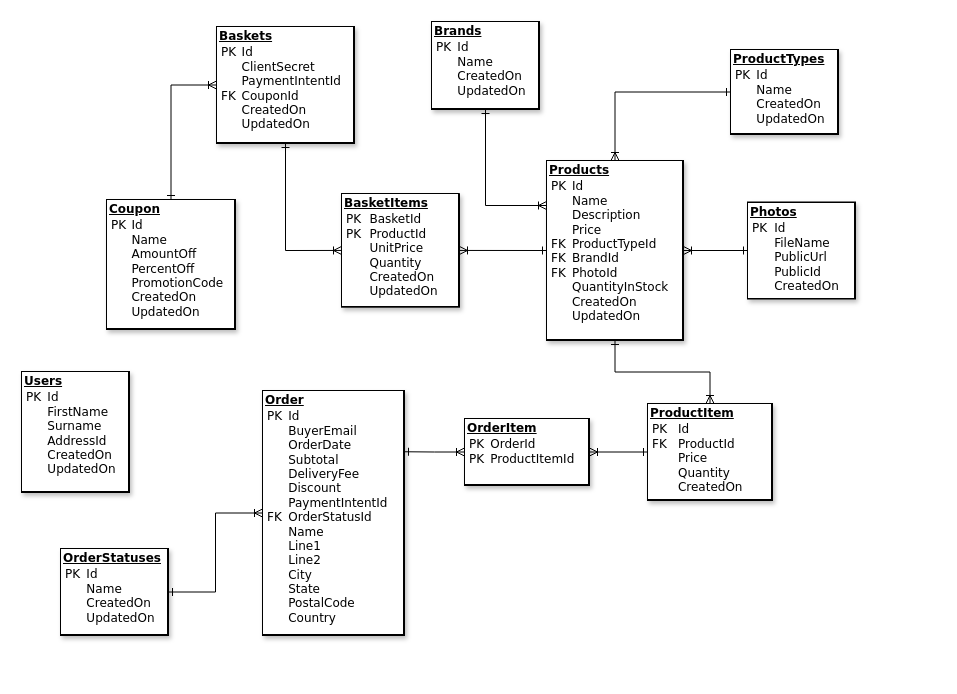
franco-diaz-licham/eCommerceApp keeps this draw.io diagram as docs/DbDiagram.drawio. Above is the earlier version. Source tidied: cells renumbered, new cells numbered last; positions are measured from the earlier drawing's top-left corner, leaving out a move shared by most shapes. Both pictures are drawn from the tidied source at 100%, with x=0, y=0 at pixel (21, 21).
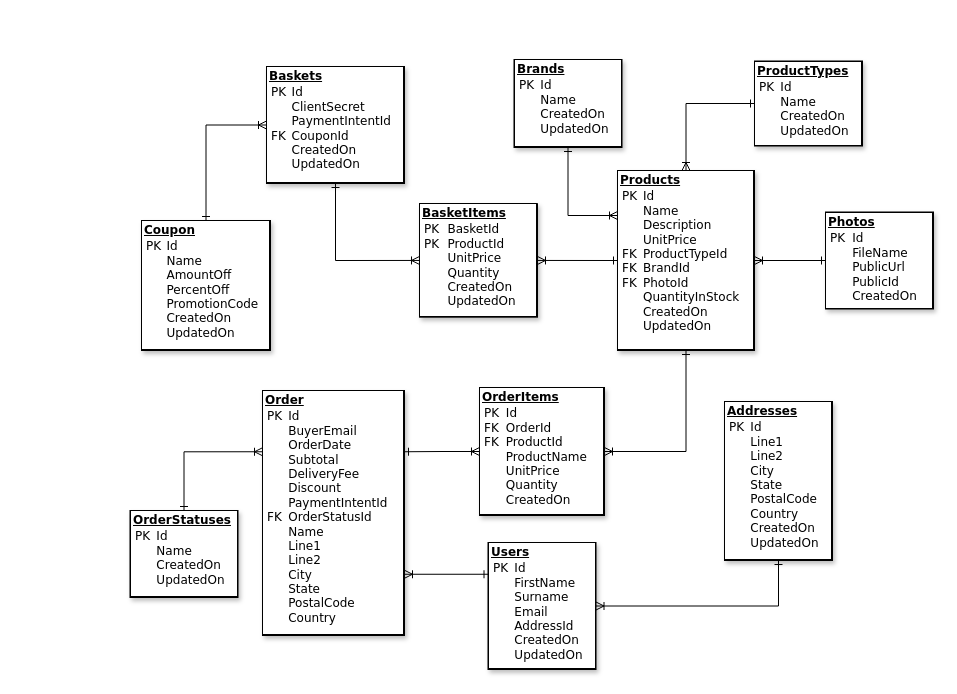
After the change.

The change refers to these unchanged cells:
```xml
<mxCell id="14" value="&lt;div style=&quot;box-sizing: border-box; width: 100%; background-image: initial; background-position: initial; background-size: initial; background-repeat: initial; background-attachment: initial; background-origin: initial; background-clip: initial; padding: 2px;&quot;&gt;&lt;b&gt;&lt;u&gt;Order&lt;/u&gt;&lt;/b&gt;&lt;table style=&quot;font-size: 1em; width: 100%;&quot; cellpadding=&quot;2&quot; cellspacing=&quot;0&quot;&gt;&lt;tbody&gt;&lt;tr&gt;&lt;td&gt;PK&lt;br&gt;&lt;br&gt;&lt;br&gt;&lt;br&gt;&lt;br&gt;&lt;br&gt;&lt;br&gt;FK&lt;br&gt;&lt;br&gt;&lt;br&gt;&lt;br&gt;&lt;br&gt;&lt;br&gt;&lt;br&gt;&lt;br&gt;&lt;/td&gt;&lt;td&gt;Id&lt;br&gt;BuyerEmail&lt;br&gt;OrderDate&lt;br&gt;Subtotal&lt;br&gt;DeliveryFee&lt;br&gt;Discount&lt;br&gt;PaymentIntentId&lt;br&gt;OrderStatusId&lt;br&gt;Name&lt;br&gt;Line1&lt;br&gt;Line2&lt;br&gt;City&lt;br&gt;State&lt;br&gt;PostalCode&lt;br&gt;Country&lt;br&gt;&lt;/td&gt;&lt;/tr&gt;&lt;/tbody&gt;&lt;/table&gt;&lt;/div&gt;" style="verticalAlign=top;align=left;overflow=fill;html=1;rounded=0;shadow=1;comic=0;labelBackgroundColor=default;strokeWidth=1;fontFamily=Verdana;fontSize=12;labelBorderColor=default;" parent="1" vertex="1">
  <mxGeometry x="241" y="369" width="142" height="245" as="geometry" />
</mxCell>
```

Diff of the diagram source:
```diff
@@
     <mxCell id="2" value="&lt;div style=&quot;box-sizing: border-box; width: 100%; background-image: initial; background-position: initial; background-size: initial; background-repeat: initial; background-attachment: initial; background-origin: initial; background-clip: initial; padding: 2px;&quot;&gt;&lt;b&gt;&lt;u&gt;Baskets&lt;/u&gt;&lt;/b&gt;&lt;table style=&quot;font-size: 1em; width: 100%;&quot; cellpadding=&quot;2&quot; cellspacing=&quot;0&quot;&gt;&lt;tbody&gt;&lt;tr&gt;&lt;td&gt;PK&lt;br&gt;&lt;br&gt;&lt;br&gt;FK&lt;br&gt;&lt;br&gt;&lt;br&gt;&lt;/td&gt;&lt;td&gt;Id&lt;br&gt;ClientSecret&lt;br&gt;PaymentIntentId&lt;br&gt;CouponId&lt;br&gt;CreatedOn&lt;br&gt;UpdatedOn&lt;br&gt;&lt;/td&gt;&lt;/tr&gt;&lt;/tbody&gt;&lt;/table&gt;&lt;/div&gt;" style="verticalAlign=top;align=left;overflow=fill;html=1;rounded=0;shadow=1;comic=0;labelBackgroundColor=default;strokeWidth=1;fontFamily=Verdana;fontSize=12;labelBorderColor=default;" parent="1" vertex="1">
-      <mxGeometry x="195" y="5" width="138" height="117" as="geometry" />
+      <mxGeometry x="245" y="45" width="138" height="117" as="geometry" />
     </mxCell>
@@
     <mxCell id="4" value="&lt;div style=&quot;box-sizing: border-box; width: 100%; background-image: initial; background-position: initial; background-size: initial; background-repeat: initial; background-attachment: initial; background-origin: initial; background-clip: initial; padding: 2px;&quot;&gt;&lt;b&gt;&lt;u&gt;BasketItems&lt;/u&gt;&lt;/b&gt;&lt;table style=&quot;font-size: 1em; width: 100%;&quot; cellpadding=&quot;2&quot; cellspacing=&quot;0&quot;&gt;&lt;tbody&gt;&lt;tr&gt;&lt;td&gt;PK&lt;br&gt;PK&lt;br&gt;&lt;br&gt;&lt;br&gt;&lt;br&gt;&lt;br&gt;&lt;/td&gt;&lt;td&gt;BasketId&lt;br&gt;ProductId&lt;br&gt;UnitPrice&lt;br&gt;Quantity&lt;br&gt;CreatedOn&lt;br&gt;UpdatedOn&lt;br&gt;&lt;/td&gt;&lt;/tr&gt;&lt;/tbody&gt;&lt;/table&gt;&lt;/div&gt;" style="verticalAlign=top;align=left;overflow=fill;html=1;rounded=0;shadow=1;comic=0;labelBackgroundColor=default;strokeWidth=1;fontFamily=Verdana;fontSize=12;labelBorderColor=default;" parent="1" vertex="1">
-      <mxGeometry x="320" y="172.2" width="118" height="113.5" as="geometry" />
+      <mxGeometry x="398" y="182.2" width="118" height="113.5" as="geometry" />
     </mxCell>
     <mxCell id="5" value="&lt;div style=&quot;box-sizing: border-box; width: 100%; background-image: initial; background-position: initial; background-size: initial; background-repeat: initial; background-attachment: initial; background-origin: initial; background-clip: initial; padding: 2px;&quot;&gt;&lt;b&gt;&lt;u&gt;Brands&lt;/u&gt;&lt;/b&gt;&lt;table style=&quot;font-size: 1em; width: 100%;&quot; cellpadding=&quot;2&quot; cellspacing=&quot;0&quot;&gt;&lt;tbody&gt;&lt;tr&gt;&lt;td&gt;PK&lt;br&gt;&lt;br&gt;&lt;br&gt;&lt;br&gt;&lt;/td&gt;&lt;td&gt;Id&lt;br&gt;Name&lt;br&gt;CreatedOn&lt;br&gt;UpdatedOn&lt;br&gt;&lt;/td&gt;&lt;/tr&gt;&lt;/tbody&gt;&lt;/table&gt;&lt;/div&gt;" style="verticalAlign=top;align=left;overflow=fill;html=1;rounded=0;shadow=1;comic=0;labelBackgroundColor=default;strokeWidth=1;fontFamily=Verdana;fontSize=12;labelBorderColor=default;" parent="1" vertex="1">
-      <mxGeometry x="410" width="108" height="88" as="geometry" />
+      <mxGeometry x="492.5" y="38" width="108" height="88" as="geometry" />
     </mxCell>
     <mxCell id="6" value="&lt;div style=&quot;box-sizing: border-box; width: 100%; background-image: initial; background-position: initial; background-size: initial; background-repeat: initial; background-attachment: initial; background-origin: initial; background-clip: initial; padding: 2px;&quot;&gt;&lt;b&gt;&lt;u&gt;ProductTypes&lt;/u&gt;&lt;/b&gt;&lt;table style=&quot;font-size: 1em; width: 100%;&quot; cellpadding=&quot;2&quot; cellspacing=&quot;0&quot;&gt;&lt;tbody&gt;&lt;tr&gt;&lt;td&gt;PK&lt;br&gt;&lt;br&gt;&lt;br&gt;&lt;br&gt;&lt;/td&gt;&lt;td&gt;Id&lt;br&gt;Name&lt;br&gt;CreatedOn&lt;br&gt;UpdatedOn&lt;br&gt;&lt;/td&gt;&lt;/tr&gt;&lt;/tbody&gt;&lt;/table&gt;&lt;/div&gt;" style="verticalAlign=top;align=left;overflow=fill;html=1;rounded=0;shadow=1;comic=0;labelBackgroundColor=default;strokeWidth=1;fontFamily=Verdana;fontSize=12;labelBorderColor=default;" parent="1" vertex="1">
-      <mxGeometry x="709" y="28" width="108" height="85" as="geometry" />
+      <mxGeometry x="733" y="39.5" width="108" height="85" as="geometry" />
     </mxCell>
     <mxCell id="7" value="&lt;div style=&quot;box-sizing: border-box; width: 100%; background-image: initial; background-position: initial; background-size: initial; background-repeat: initial; background-attachment: initial; background-origin: initial; background-clip: initial; padding: 2px;&quot;&gt;&lt;b&gt;&lt;u&gt;OrderStatuses&lt;/u&gt;&lt;/b&gt;&lt;table style=&quot;font-size: 1em; width: 100%;&quot; cellpadding=&quot;2&quot; cellspacing=&quot;0&quot;&gt;&lt;tbody&gt;&lt;tr&gt;&lt;td&gt;PK&lt;br&gt;&lt;br&gt;&lt;br&gt;&lt;br&gt;&lt;/td&gt;&lt;td&gt;Id&lt;br&gt;Name&lt;br&gt;CreatedOn&lt;br&gt;UpdatedOn&lt;br&gt;&lt;/td&gt;&lt;/tr&gt;&lt;/tbody&gt;&lt;/table&gt;&lt;/div&gt;" style="verticalAlign=top;align=left;overflow=fill;html=1;rounded=0;shadow=1;comic=0;labelBackgroundColor=default;strokeWidth=1;fontFamily=Verdana;fontSize=12;labelBorderColor=default;" parent="1" vertex="1">
-      <mxGeometry x="39" y="527" width="108" height="87" as="geometry" />
+      <mxGeometry x="108.5" y="489" width="108" height="87" as="geometry" />
     </mxCell>
-    <mxCell id="8" value="&lt;div style=&quot;box-sizing: border-box; width: 100%; background-image: initial; background-position: initial; background-size: initial; background-repeat: initial; background-attachment: initial; background-origin: initial; background-clip: initial; padding: 2px;&quot;&gt;&lt;b&gt;&lt;u&gt;Products&lt;/u&gt;&lt;/b&gt;&lt;table style=&quot;font-size: 1em; width: 100%;&quot; cellpadding=&quot;2&quot; cellspacing=&quot;0&quot;&gt;&lt;tbody&gt;&lt;tr&gt;&lt;td&gt;PK&lt;br&gt;&lt;br&gt;&lt;br&gt;&lt;br&gt;FK&lt;br&gt;FK&lt;br&gt;FK&lt;br&gt;&lt;br&gt;&lt;br&gt;&lt;br&gt;&lt;br&gt;&lt;/td&gt;&lt;td&gt;Id&lt;br&gt;Name&lt;br&gt;Description&lt;br&gt;Price&lt;br&gt;ProductTypeId&lt;br&gt;BrandId&lt;br&gt;PhotoId&lt;br&gt;QuantityInStock&lt;br&gt;CreatedOn&lt;br&gt;UpdatedOn&lt;br&gt;&lt;br&gt;&lt;/td&gt;&lt;/tr&gt;&lt;/tbody&gt;&lt;/table&gt;&lt;/div&gt;" style="verticalAlign=top;align=left;overflow=fill;html=1;rounded=0;shadow=1;comic=0;labelBackgroundColor=default;strokeWidth=1;fontFamily=Verdana;fontSize=12;labelBorderColor=default;" parent="1" vertex="1">
-      <mxGeometry x="525" y="139" width="137" height="180" as="geometry" />
+    <mxCell id="8" value="&lt;div style=&quot;box-sizing: border-box; width: 100%; background-image: initial; background-position: initial; background-size: initial; background-repeat: initial; background-attachment: initial; background-origin: initial; background-clip: initial; padding: 2px;&quot;&gt;&lt;b&gt;&lt;u&gt;Products&lt;/u&gt;&lt;/b&gt;&lt;table style=&quot;font-size: 1em; width: 100%;&quot; cellpadding=&quot;2&quot; cellspacing=&quot;0&quot;&gt;&lt;tbody&gt;&lt;tr&gt;&lt;td&gt;PK&lt;br&gt;&lt;br&gt;&lt;br&gt;&lt;br&gt;FK&lt;br&gt;FK&lt;br&gt;FK&lt;br&gt;&lt;br&gt;&lt;br&gt;&lt;br&gt;&lt;br&gt;&lt;/td&gt;&lt;td&gt;Id&lt;br&gt;Name&lt;br&gt;Description&lt;br&gt;UnitPrice&lt;br&gt;ProductTypeId&lt;br&gt;BrandId&lt;br&gt;PhotoId&lt;br&gt;QuantityInStock&lt;br&gt;CreatedOn&lt;br&gt;UpdatedOn&lt;br&gt;&lt;br&gt;&lt;/td&gt;&lt;/tr&gt;&lt;/tbody&gt;&lt;/table&gt;&lt;/div&gt;" style="verticalAlign=top;align=left;overflow=fill;html=1;rounded=0;shadow=1;comic=0;labelBackgroundColor=default;strokeWidth=1;fontFamily=Verdana;fontSize=12;labelBorderColor=default;" parent="1" vertex="1">
+      <mxGeometry x="596" y="149" width="137" height="180" as="geometry" />
     </mxCell>
     <mxCell id="9" value="&lt;div style=&quot;box-sizing: border-box; width: 100%; background-image: initial; background-position: initial; background-size: initial; background-repeat: initial; background-attachment: initial; background-origin: initial; background-clip: initial; padding: 2px;&quot;&gt;&lt;b&gt;&lt;u&gt;Photos&lt;/u&gt;&lt;/b&gt;&lt;table style=&quot;font-size: 1em; width: 100%;&quot; cellpadding=&quot;2&quot; cellspacing=&quot;0&quot;&gt;&lt;tbody&gt;&lt;tr&gt;&lt;td&gt;PK&lt;br&gt;&lt;br&gt;&lt;br&gt;&lt;br&gt;&lt;br&gt;&lt;br&gt;&lt;/td&gt;&lt;td&gt;Id&lt;br&gt;FileName&lt;br&gt;PublicUrl&lt;br&gt;PublicId&lt;br&gt;CreatedOn&lt;br&gt;&lt;br&gt;&lt;/td&gt;&lt;/tr&gt;&lt;/tbody&gt;&lt;/table&gt;&lt;/div&gt;" style="verticalAlign=top;align=left;overflow=fill;html=1;rounded=0;shadow=1;comic=0;labelBackgroundColor=default;strokeWidth=1;fontFamily=Verdana;fontSize=12;labelBorderColor=default;" parent="1" vertex="1">
-      <mxGeometry x="726" y="180.5" width="108" height="97" as="geometry" />
+      <mxGeometry x="804" y="190.5" width="108" height="97" as="geometry" />
     </mxCell>
@@
     <mxCell id="15" value="&lt;div style=&quot;box-sizing: border-box; width: 100%; background-image: initial; background-position: initial; background-size: initial; background-repeat: initial; background-attachment: initial; background-origin: initial; background-clip: initial; padding: 2px;&quot;&gt;&lt;b&gt;&lt;u&gt;Coupon&lt;/u&gt;&lt;/b&gt;&lt;table style=&quot;font-size: 1em; width: 100%;&quot; cellpadding=&quot;2&quot; cellspacing=&quot;0&quot;&gt;&lt;tbody&gt;&lt;tr&gt;&lt;td&gt;PK&lt;br&gt;&lt;br&gt;&lt;br&gt;&lt;br&gt;&lt;br&gt;&lt;br&gt;&lt;br&gt;&lt;/td&gt;&lt;td&gt;Id&lt;br&gt;Name&lt;br&gt;AmountOff&lt;br&gt;PercentOff&lt;br&gt;PromotionCode&lt;br&gt;CreatedOn&lt;br&gt;UpdatedOn&lt;br&gt;&lt;/td&gt;&lt;/tr&gt;&lt;/tbody&gt;&lt;/table&gt;&lt;/div&gt;" style="verticalAlign=top;align=left;overflow=fill;html=1;rounded=0;shadow=1;comic=0;labelBackgroundColor=default;strokeWidth=1;fontFamily=Verdana;fontSize=12;labelBorderColor=default;" parent="1" vertex="1">
-      <mxGeometry x="85" y="178" width="129" height="130" as="geometry" />
+      <mxGeometry x="120" y="199" width="129" height="130" as="geometry" />
     </mxCell>
@@
-    <mxCell id="17" style="edgeStyle=orthogonalEdgeStyle;rounded=0;jettySize=auto;html=1;startArrow=ERoneToMany;startFill=0;endArrow=ERone;endFill=0;entryX=1;entryY=0.5;entryDx=0;entryDy=0;exitX=0;exitY=0.5;exitDx=0;exitDy=0;" parent="1" edge="1" source="14" target="7">
+    <mxCell id="17" style="edgeStyle=orthogonalEdgeStyle;rounded=0;jettySize=auto;html=1;startArrow=ERoneToMany;startFill=0;endArrow=ERone;endFill=0;entryX=0.5;entryY=0;entryDx=0;entryDy=0;exitX=0;exitY=0.25;exitDx=0;exitDy=0;" parent="1" edge="1" source="14" target="7">
       <mxGeometry relative="1" as="geometry" />
     </mxCell>
-    <mxCell id="18" value="&lt;div style=&quot;box-sizing: border-box; width: 100%; background-image: initial; background-position: initial; background-size: initial; background-repeat: initial; background-attachment: initial; background-origin: initial; background-clip: initial; padding: 2px;&quot;&gt;&lt;b&gt;&lt;u&gt;OrderItem&lt;/u&gt;&lt;/b&gt;&lt;table style=&quot;font-size: 1em; width: 100%;&quot; cellpadding=&quot;2&quot; cellspacing=&quot;0&quot;&gt;&lt;tbody&gt;&lt;tr&gt;&lt;td&gt;PK&lt;br&gt;PK&lt;br&gt;&lt;/td&gt;&lt;td&gt;OrderId&lt;br&gt;ProductItemId&lt;br&gt;&lt;/td&gt;&lt;/tr&gt;&lt;/tbody&gt;&lt;/table&gt;&lt;/div&gt;" style="verticalAlign=top;align=left;overflow=fill;html=1;rounded=0;shadow=1;comic=0;labelBackgroundColor=default;strokeWidth=1;fontFamily=Verdana;fontSize=12;labelBorderColor=default;" parent="1" vertex="1">
-      <mxGeometry x="443" y="397" width="125" height="67" as="geometry" />
+    <mxCell id="18" value="&lt;div style=&quot;box-sizing: border-box; width: 100%; background-image: initial; background-position: initial; background-size: initial; background-repeat: initial; background-attachment: initial; background-origin: initial; background-clip: initial; padding: 2px;&quot;&gt;&lt;b&gt;&lt;u&gt;OrderItems&lt;/u&gt;&lt;/b&gt;&lt;table style=&quot;font-size: 1em; width: 100%;&quot; cellpadding=&quot;2&quot; cellspacing=&quot;0&quot;&gt;&lt;tbody&gt;&lt;tr&gt;&lt;td&gt;PK&lt;br&gt;FK&lt;br&gt;FK&lt;br&gt;&lt;br&gt;&lt;br&gt;&lt;br&gt;&lt;br&gt;&lt;/td&gt;&lt;td&gt;Id&lt;br&gt;OrderId&lt;br&gt;ProductId&lt;br&gt;ProductName&lt;br style=&quot;border-color: var(--border-color);&quot;&gt;UnitPrice&lt;br style=&quot;border-color: var(--border-color);&quot;&gt;Quantity&lt;br style=&quot;border-color: var(--border-color);&quot;&gt;CreatedOn&lt;br&gt;&lt;/td&gt;&lt;/tr&gt;&lt;/tbody&gt;&lt;/table&gt;&lt;/div&gt;" style="verticalAlign=top;align=left;overflow=fill;html=1;rounded=0;shadow=1;comic=0;labelBackgroundColor=default;strokeWidth=1;fontFamily=Verdana;fontSize=12;labelBorderColor=default;" parent="1" vertex="1">
+      <mxGeometry x="458" y="366" width="125" height="128" as="geometry" />
     </mxCell>
-    <mxCell id="19" value="&lt;div style=&quot;box-sizing: border-box; width: 100%; background-image: initial; background-position: initial; background-size: initial; background-repeat: initial; background-attachment: initial; background-origin: initial; background-clip: initial; padding: 2px;&quot;&gt;&lt;b&gt;&lt;u&gt;ProductItem&lt;/u&gt;&lt;/b&gt;&lt;table style=&quot;font-size: 1em; width: 100%;&quot; cellpadding=&quot;2&quot; cellspacing=&quot;0&quot;&gt;&lt;tbody&gt;&lt;tr&gt;&lt;td&gt;PK&lt;br&gt;FK&lt;br&gt;&lt;br&gt;&lt;br&gt;&lt;br&gt;&lt;/td&gt;&lt;td&gt;Id&lt;br&gt;ProductId&lt;br&gt;Price&lt;br&gt;Quantity&lt;br&gt;CreatedOn&lt;br&gt;&lt;/td&gt;&lt;/tr&gt;&lt;/tbody&gt;&lt;/table&gt;&lt;/div&gt;" style="verticalAlign=top;align=left;overflow=fill;html=1;rounded=0;shadow=1;comic=0;labelBackgroundColor=default;strokeWidth=1;fontFamily=Verdana;fontSize=12;labelBorderColor=default;" parent="1" vertex="1">
-      <mxGeometry x="626" y="382" width="125" height="97" as="geometry" />
-    </mxCell>
-    <mxCell id="20" style="edgeStyle=orthogonalEdgeStyle;rounded=0;jettySize=auto;html=1;startArrow=ERoneToMany;startFill=0;endArrow=ERone;endFill=0;entryX=0.5;entryY=1;entryDx=0;entryDy=0;exitX=0.5;exitY=0;exitDx=0;exitDy=0;" parent="1" edge="1" source="19" target="8">
+    <mxCell id="20" style="edgeStyle=orthogonalEdgeStyle;rounded=0;jettySize=auto;html=1;startArrow=ERoneToMany;startFill=0;endArrow=ERone;endFill=0;entryX=0.5;entryY=1;entryDx=0;entryDy=0;exitX=1;exitY=0.5;exitDx=0;exitDy=0;" parent="1" edge="1" source="18" target="8">
       <mxGeometry relative="1" as="geometry" />
     </mxCell>
-    <mxCell id="21" style="edgeStyle=orthogonalEdgeStyle;rounded=0;jettySize=auto;html=1;startArrow=ERoneToMany;startFill=0;endArrow=ERone;endFill=0;exitX=1;exitY=0.5;exitDx=0;exitDy=0;entryX=0;entryY=0.5;entryDx=0;entryDy=0;" parent="1" edge="1" source="18" target="19">
-      <mxGeometry relative="1" as="geometry" />
-    </mxCell>
@@
-    <mxCell id="23" value="&lt;div style=&quot;box-sizing: border-box; width: 100%; background-image: initial; background-position: initial; background-size: initial; background-repeat: initial; background-attachment: initial; background-origin: initial; background-clip: initial; padding: 2px;&quot;&gt;&lt;b&gt;&lt;u&gt;Users&lt;/u&gt;&lt;/b&gt;&lt;table style=&quot;font-size: 1em; width: 100%;&quot; cellpadding=&quot;2&quot; cellspacing=&quot;0&quot;&gt;&lt;tbody&gt;&lt;tr&gt;&lt;td&gt;PK&lt;br&gt;&lt;br&gt;&lt;br&gt;&lt;br&gt;&lt;br&gt;&lt;br&gt;&lt;/td&gt;&lt;td&gt;Id&lt;br&gt;FirstName&lt;br&gt;Surname&lt;br&gt;AddressId&lt;br&gt;CreatedOn&lt;br&gt;UpdatedOn&lt;br&gt;&lt;/td&gt;&lt;/tr&gt;&lt;/tbody&gt;&lt;/table&gt;&lt;/div&gt;" style="verticalAlign=top;align=left;overflow=fill;html=1;rounded=0;shadow=1;comic=0;labelBackgroundColor=default;strokeWidth=1;fontFamily=Verdana;fontSize=12;labelBorderColor=default;" parent="1" vertex="1">
-      <mxGeometry y="350" width="108" height="121" as="geometry" />
+    <mxCell id="23" value="&lt;div style=&quot;box-sizing: border-box; width: 100%; background-image: initial; background-position: initial; background-size: initial; background-repeat: initial; background-attachment: initial; background-origin: initial; background-clip: initial; padding: 2px;&quot;&gt;&lt;b&gt;&lt;u&gt;Users&lt;/u&gt;&lt;/b&gt;&lt;table style=&quot;font-size: 1em; width: 100%;&quot; cellpadding=&quot;2&quot; cellspacing=&quot;0&quot;&gt;&lt;tbody&gt;&lt;tr&gt;&lt;td&gt;PK&lt;br&gt;&lt;br&gt;&lt;br&gt;&lt;br&gt;&lt;br&gt;&lt;br&gt;&lt;br&gt;&lt;/td&gt;&lt;td&gt;Id&lt;br&gt;FirstName&lt;br&gt;Surname&lt;br&gt;Email&lt;br&gt;AddressId&lt;br&gt;CreatedOn&lt;br&gt;UpdatedOn&lt;br&gt;&lt;/td&gt;&lt;/tr&gt;&lt;/tbody&gt;&lt;/table&gt;&lt;/div&gt;" style="verticalAlign=top;align=left;overflow=fill;html=1;rounded=0;shadow=1;comic=0;labelBackgroundColor=default;strokeWidth=1;fontFamily=Verdana;fontSize=12;labelBorderColor=default;" parent="1" vertex="1">
+      <mxGeometry x="466.5" y="521" width="108" height="127" as="geometry" />
     </mxCell>
+    <mxCell id="24" value="&lt;div style=&quot;box-sizing: border-box; width: 100%; background-image: initial; background-position: initial; background-size: initial; background-repeat: initial; background-attachment: initial; background-origin: initial; background-clip: initial; padding: 2px;&quot;&gt;&lt;b&gt;&lt;u&gt;Addresses&lt;/u&gt;&lt;/b&gt;&lt;table style=&quot;font-size: 1em; width: 100%;&quot; cellpadding=&quot;2&quot; cellspacing=&quot;0&quot;&gt;&lt;tbody&gt;&lt;tr&gt;&lt;td&gt;PK&lt;br&gt;&lt;br&gt;&lt;br&gt;&lt;br&gt;&lt;br&gt;&lt;br&gt;&lt;br&gt;&lt;br&gt;&lt;br&gt;&lt;/td&gt;&lt;td&gt;Id&lt;br&gt;Line1&lt;br&gt;Line2&lt;br&gt;City&lt;br&gt;State&lt;br&gt;PostalCode&lt;br&gt;Country&lt;br&gt;CreatedOn&lt;br&gt;UpdatedOn&lt;br&gt;&lt;/td&gt;&lt;/tr&gt;&lt;/tbody&gt;&lt;/table&gt;&lt;/div&gt;" style="verticalAlign=top;align=left;overflow=fill;html=1;rounded=0;shadow=1;comic=0;labelBackgroundColor=default;strokeWidth=1;fontFamily=Verdana;fontSize=12;labelBorderColor=default;" parent="1" vertex="1">
+      <mxGeometry x="703" y="380" width="108" height="159" as="geometry" />
+    </mxCell>
+    <mxCell id="25" style="edgeStyle=orthogonalEdgeStyle;rounded=0;jettySize=auto;html=1;startArrow=ERoneToMany;startFill=0;endArrow=ERone;endFill=0;exitX=1;exitY=0.5;exitDx=0;exitDy=0;entryX=0.5;entryY=1;entryDx=0;entryDy=0;" parent="1" edge="1" source="23" target="24">
+      <mxGeometry relative="1" as="geometry" />
+    </mxCell>
+    <mxCell id="26" style="edgeStyle=orthogonalEdgeStyle;rounded=0;jettySize=auto;html=1;startArrow=ERoneToMany;startFill=0;endArrow=ERone;endFill=0;exitX=1;exitY=0.75;exitDx=0;exitDy=0;entryX=0;entryY=0.25;entryDx=0;entryDy=0;" parent="1" edge="1" source="14" target="23">
+      <mxGeometry relative="1" as="geometry" />
+    </mxCell>
```
